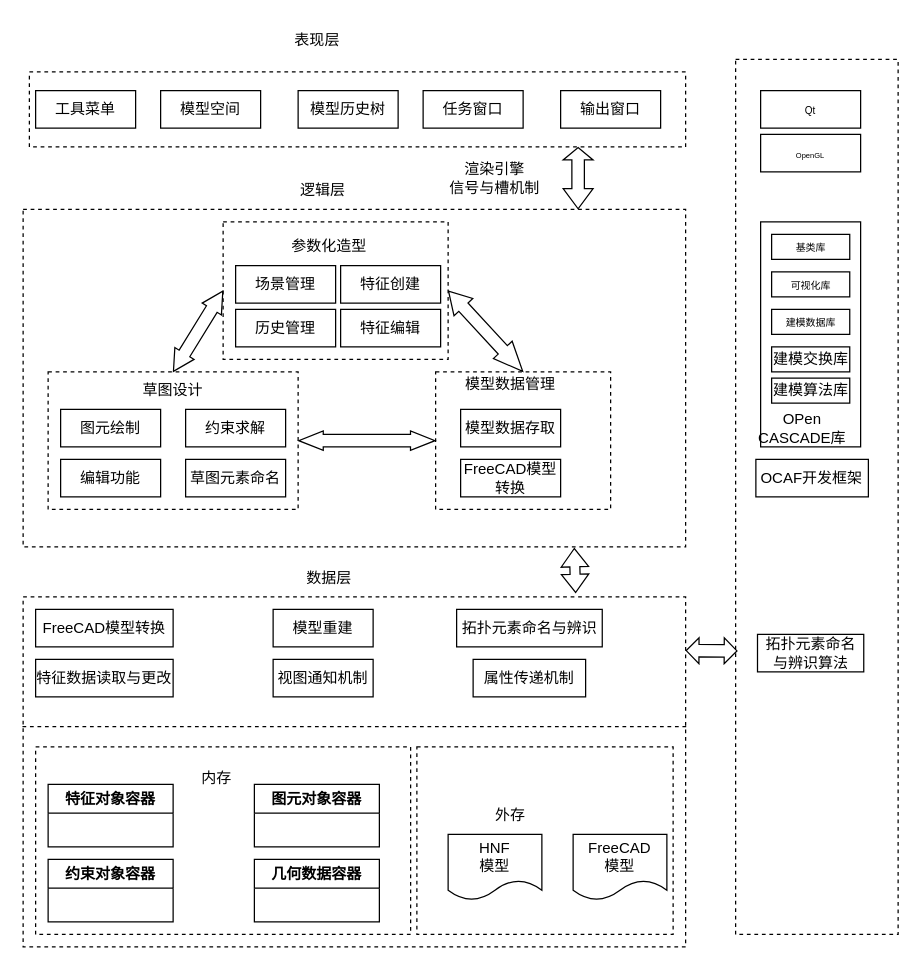
liuhuliuhu123/First-test keeps this draw.io diagram as 系统分层架构图.drawio. Above is the earlier version. Source tidied: cells renumbered, new cells numbered last; positions are measured from the earlier drawing's top-left corner, leaving out a move shared by most shapes. Both pictures are drawn from the tidied source at 125%, with x=0, y=0 at pixel (22, 21).
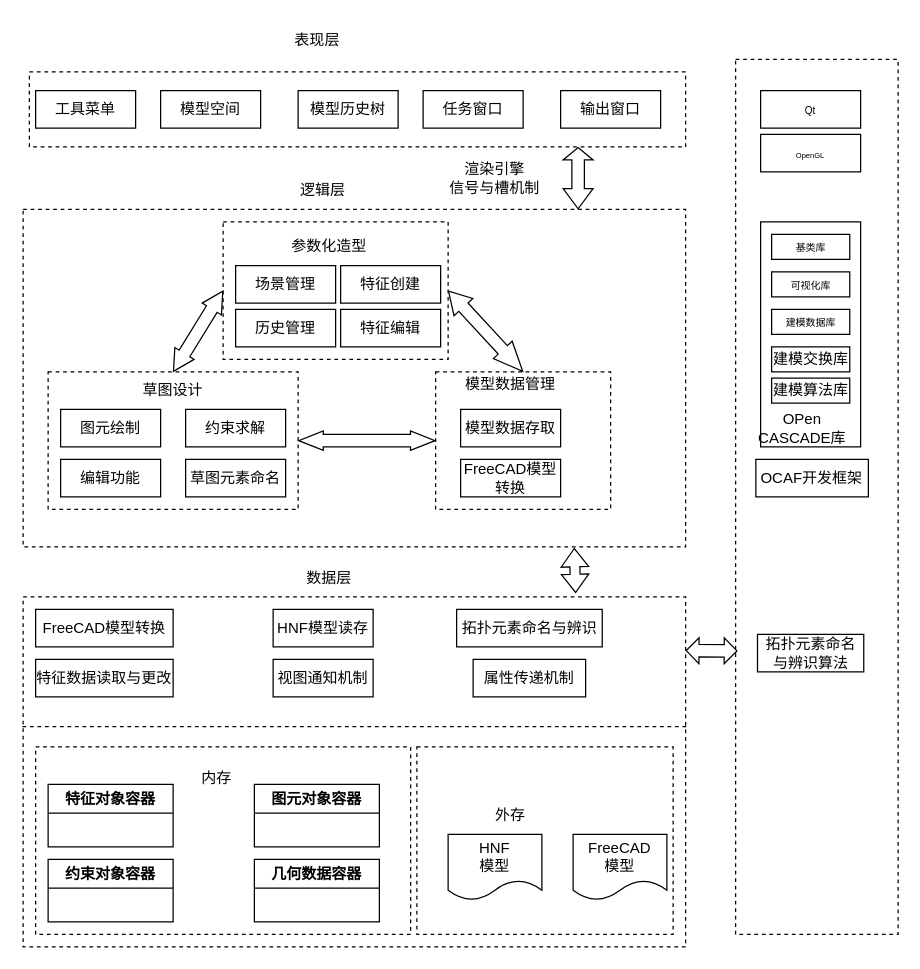
Above is the later version.

Commit message:
更新系统分层架构图.drawio

Diff of the diagram source:
```diff
@@
-    <mxCell id="52" value="模型重建" style="rounded=0;whiteSpace=wrap;html=1;" parent="1" vertex="1">
+    <mxCell id="52" value="HNF模型读存" style="rounded=0;whiteSpace=wrap;html=1;" parent="1" vertex="1">
       <mxGeometry x="200" y="470" width="80" height="30" as="geometry" />
     </mxCell>
```
